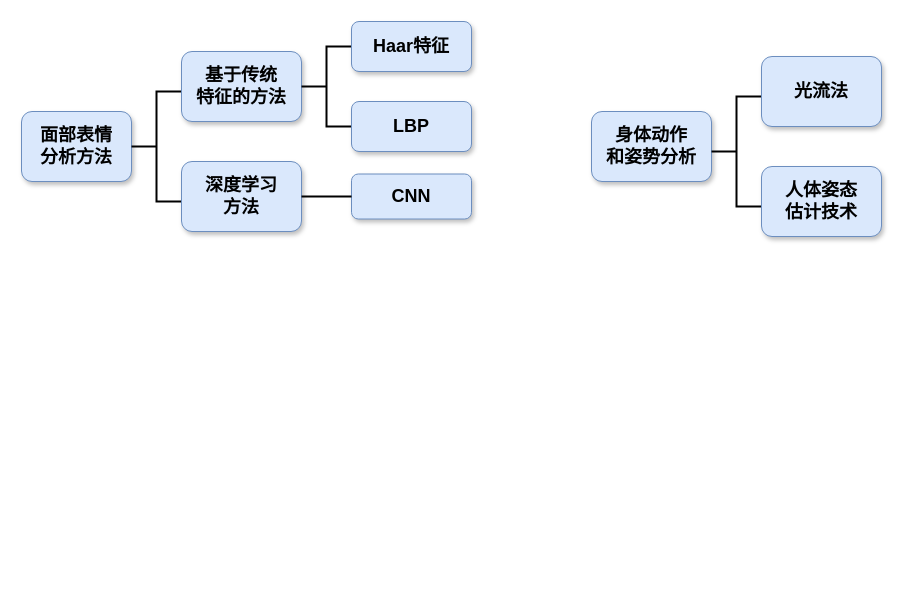
The draw.io diagram 未命名绘图.drawio in whenwedream/TELL, before the edit. Source tidied: cells renumbered, new cells numbered last; positions are measured from the earlier drawing's top-left corner, leaving out a move shared by most shapes. Both pictures are drawn from the tidied source at 100%, with x=0, y=0 at pixel (21, 21).
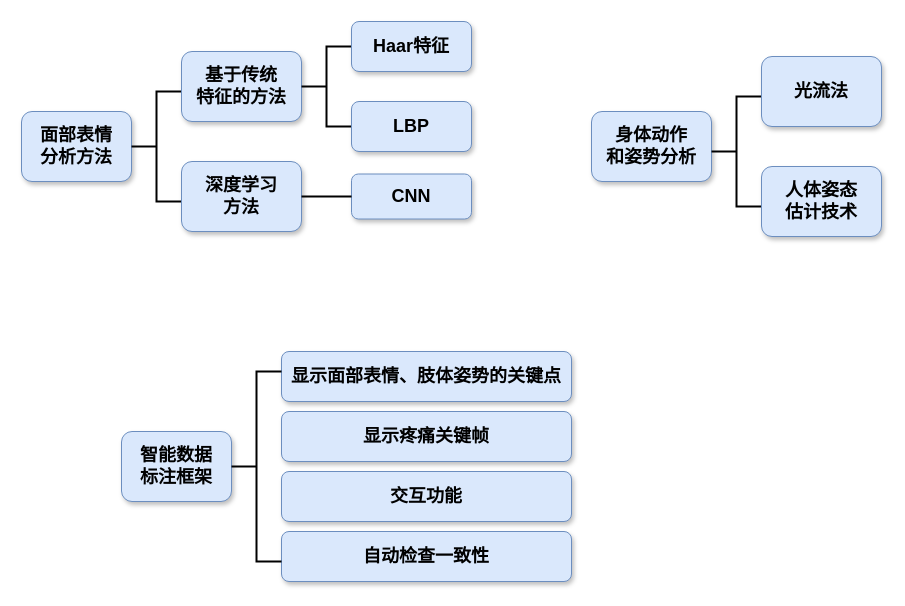
The same diagram, later.

Commit message (it also covers changes not shown here):
更新未命名绘图.drawio

What changed in the source:
```diff
@@
+    <mxCell id="15" value="&lt;span style=&quot;font-size: 18px;&quot;&gt;&lt;b&gt;智能数据&lt;/b&gt;&lt;/span&gt;&lt;div&gt;&lt;span style=&quot;font-size: 18px;&quot;&gt;&lt;b&gt;标注框架&lt;/b&gt;&lt;/span&gt;&lt;/div&gt;" style="rounded=1;whiteSpace=wrap;html=1;fillColor=#dae8fc;strokeColor=#6c8ebf;gradientColor=none;glass=0;shadow=1;" parent="1" vertex="1">
+      <mxGeometry x="100" y="410" width="110" height="70" as="geometry" />
+    </mxCell>
+    <mxCell id="16" value="&lt;span style=&quot;font-size: 18px;&quot;&gt;&lt;b&gt;显示面部表情、肢体姿势的关键点&lt;/b&gt;&lt;/span&gt;" style="rounded=1;whiteSpace=wrap;html=1;fillColor=#dae8fc;strokeColor=#6c8ebf;gradientColor=none;glass=0;shadow=1;" parent="1" vertex="1">
+      <mxGeometry x="260" y="330" width="290" height="50" as="geometry" />
+    </mxCell>
+    <mxCell id="17" value="&lt;span style=&quot;font-size: 18px;&quot;&gt;&lt;b&gt;显示疼痛关键帧&lt;/b&gt;&lt;/span&gt;" style="rounded=1;whiteSpace=wrap;html=1;fillColor=#dae8fc;strokeColor=#6c8ebf;gradientColor=none;glass=0;shadow=1;" parent="1" vertex="1">
+      <mxGeometry x="260" y="390" width="290" height="50" as="geometry" />
+    </mxCell>
+    <mxCell id="18" value="&lt;span style=&quot;font-size: 18px;&quot;&gt;&lt;b&gt;交互功能&lt;/b&gt;&lt;/span&gt;" style="rounded=1;whiteSpace=wrap;html=1;fillColor=#dae8fc;strokeColor=#6c8ebf;gradientColor=none;glass=0;shadow=1;" parent="1" vertex="1">
+      <mxGeometry x="260" y="450" width="290" height="50" as="geometry" />
+    </mxCell>
+    <mxCell id="19" value="&lt;span style=&quot;font-size: 18px;&quot;&gt;&lt;b&gt;自动检查一致性&lt;/b&gt;&lt;/span&gt;" style="rounded=1;whiteSpace=wrap;html=1;fillColor=#dae8fc;strokeColor=#6c8ebf;gradientColor=none;glass=0;shadow=1;" parent="1" vertex="1">
+      <mxGeometry x="260" y="510" width="290" height="50" as="geometry" />
+    </mxCell>
+    <mxCell id="20" style="strokeWidth=2;html=1;shape=mxgraph.flowchart.annotation_2;align=left;labelPosition=right;" parent="1" vertex="1">
+      <mxGeometry x="210" y="350" width="50" height="190" as="geometry" />
+    </mxCell>
```
